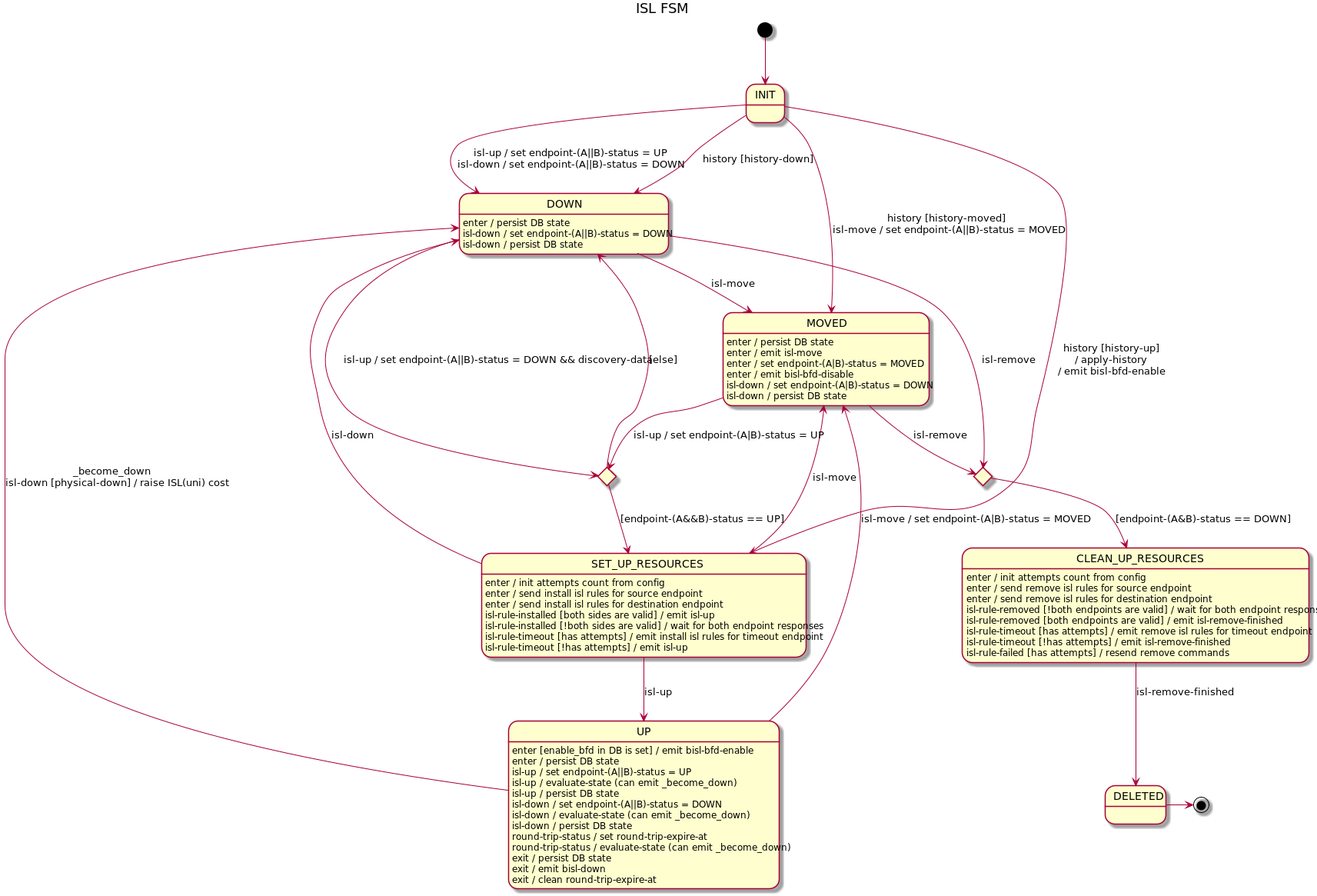
telstra/open-kilda keeps this PlantUML diagram as docs/design/network-discovery/ISL-FSM.png. Above is the earlier version.
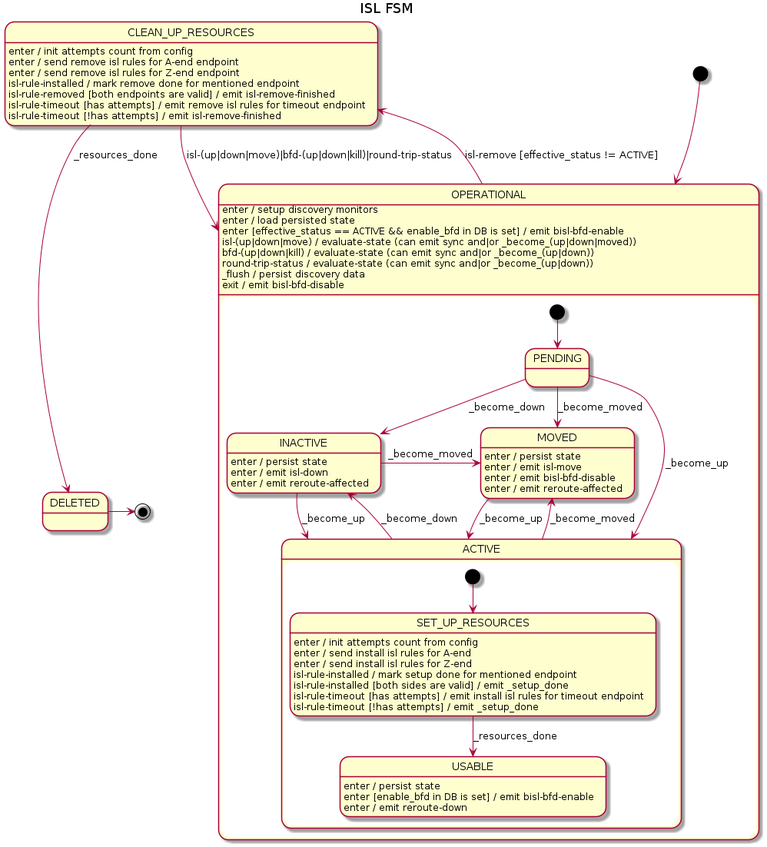
After the change.

The edit, as a diff of the source:
```diff
@@ -1,73 +1,65 @@
 @startuml
 title ISL FSM
 
-[*] --> INIT
+[*] --> OPERATIONAL
 
-INIT --> DOWN : isl-up / set endpoint-(A||B)-status = UP\nisl-down / set endpoint-(A||B)-status = DOWN
-INIT --> DOWN : history [history-down]
+state OPERATIONAL {
+    [*] --> PENDING
 
-INIT --> SET_UP_RESOURCES : history [history-up]\n/ apply-history\n/ emit bisl-bfd-enable
-INIT --> MOVED : history [history-moved]\nisl-move / set endpoint-(A||B)-status = MOVED
+    PENDING --> ACTIVE : _become_up
+    PENDING --> INACTIVE : _become_down
+    PENDING --> MOVED : _become_moved
 
-state upAttempt <<choice>>
-state deleteAttempt <<choice>>
-deleteAttempt --> CLEAN_UP_RESOURCES : [endpoint-(A&B)-status == DOWN]
+    state ACTIVE {
+        [*] --> SET_UP_RESOURCES
 
-DOWN --> upAttempt : isl-up / set endpoint-(A||B)-status = DOWN && discovery-data
-DOWN --> MOVED : isl-move
-DOWN : enter / persist DB state
-DOWN : isl-down / set endpoint-(A||B)-status = DOWN
-DOWN : isl-down / persist DB state
-DOWN -> deleteAttempt : isl-remove
+        SET_UP_RESOURCES --> USABLE : _resources_done
+        SET_UP_RESOURCES : enter / init attempts count from config
+        SET_UP_RESOURCES : enter / send install isl rules for A-end
+        SET_UP_RESOURCES : enter / send install isl rules for Z-end
+        SET_UP_RESOURCES : isl-rule-installed / mark setup done for mentioned endpoint
+        SET_UP_RESOURCES : isl-rule-installed [both sides are valid] / emit _setup_done
+        SET_UP_RESOURCES : isl-rule-timeout [has attempts] / emit install isl rules for timeout endpoint
+        SET_UP_RESOURCES : isl-rule-timeout [!has attempts] / emit _setup_done
 
-upAttempt --> SET_UP_RESOURCES : [endpoint-(A&&B)-status == UP]
-upAttempt --> DOWN : [else]
+        USABLE : enter / persist state
+        USABLE : enter [enable_bfd in DB is set] / emit bisl-bfd-enable
+        USABLE : enter / emit reroute-down
+    }
+    ACTIVE --> INACTIVE : _become_down
+    ACTIVE --> MOVED : _become_moved
 
-SET_UP_RESOURCES : enter / init attempts count from config
-SET_UP_RESOURCES : enter / send install isl rules for source endpoint
-SET_UP_RESOURCES : enter / send install isl rules for destination endpoint
-SET_UP_RESOURCES : isl-rule-installed [both sides are valid] / emit isl-up
-SET_UP_RESOURCES : isl-rule-installed [!both sides are valid] / wait for both endpoint responses
-SET_UP_RESOURCES : isl-rule-timeout [has attempts] / emit install isl rules for timeout endpoint
-SET_UP_RESOURCES : isl-rule-timeout [!has attempts] / emit isl-up
-SET_UP_RESOURCES --> DOWN : isl-down
-SET_UP_RESOURCES --> MOVED : isl-move
-SET_UP_RESOURCES --> UP : isl-up
+    INACTIVE --> ACTIVE : _become_up
+    INACTIVE -r-> MOVED : _become_moved
+    INACTIVE : enter / persist state
+    INACTIVE : enter / emit isl-down
+    INACTIVE : enter / emit reroute-affected
 
-UP --> DOWN : _become_down\nisl-down [physical-down] / raise ISL(uni) cost
-UP --> MOVED : isl-move / set endpoint-(A|B)-status = MOVED
-UP : enter [enable_bfd in DB is set] / emit bisl-bfd-enable
-UP : enter / persist DB state
-UP : isl-up / set endpoint-(A||B)-status = UP
-UP : isl-up / evaluate-state (can emit _become_down)
-UP : isl-up / persist DB state
-UP : isl-down / set endpoint-(A||B)-status = DOWN
-UP : isl-down / evaluate-state (can emit _become_down)
-UP : isl-down / persist DB state
-UP : round-trip-status / set round-trip-expire-at
-UP : round-trip-status / evaluate-state (can emit _become_down)
-UP : exit / persist DB state
-UP : exit / emit bisl-down
-UP : exit / clean round-trip-expire-at
+    MOVED --> ACTIVE : _become_up
+    MOVED : enter / persist state
+    MOVED : enter / emit isl-move
+    MOVED : enter / emit bisl-bfd-disable
+    MOVED : enter / emit reroute-affected
+}
+OPERATIONAL --> CLEAN_UP_RESOURCES : isl-remove [effective_status != ACTIVE]
+OPERATIONAL : enter / setup discovery monitors
+OPERATIONAL : enter / load persisted state
+OPERATIONAL : enter [effective_status == ACTIVE && enable_bfd in DB is set] / emit bisl-bfd-enable
+OPERATIONAL : isl-(up|down|move) / evaluate-state (can emit sync and|or _become_(up|down|moved))
+OPERATIONAL : bfd-(up|down|kill) / evaluate-state (can emit sync and|or _become_(up|down))
+OPERATIONAL : round-trip-status / evaluate-state (can emit sync and|or _become_(up|down))
+OPERATIONAL : _flush / persist discovery data
+OPERATIONAL : exit / emit bisl-bfd-disable
 
 CLEAN_UP_RESOURCES : enter / init attempts count from config
-CLEAN_UP_RESOURCES : enter / send remove isl rules for source endpoint
-CLEAN_UP_RESOURCES : enter / send remove isl rules for destination endpoint
-CLEAN_UP_RESOURCES : isl-rule-removed [!both endpoints are valid] / wait for both endpoint responses
+CLEAN_UP_RESOURCES : enter / send remove isl rules for A-end endpoint
+CLEAN_UP_RESOURCES : enter / send remove isl rules for Z-end endpoint
+CLEAN_UP_RESOURCES : isl-rule-installed / mark remove done for mentioned endpoint
 CLEAN_UP_RESOURCES : isl-rule-removed [both endpoints are valid] / emit isl-remove-finished
 CLEAN_UP_RESOURCES : isl-rule-timeout [has attempts] / emit remove isl rules for timeout endpoint
 CLEAN_UP_RESOURCES : isl-rule-timeout [!has attempts] / emit isl-remove-finished
-CLEAN_UP_RESOURCES : isl-rule-failed [has attempts] / resend remove commands
-CLEAN_UP_RESOURCES --> DELETED : isl-remove-finished
-
-MOVED --> upAttempt : isl-up / set endpoint-(A|B)-status = UP
-MOVED --> deleteAttempt : isl-remove
-MOVED : enter / persist DB state
-MOVED : enter / emit isl-move
-MOVED : enter / set endpoint-(A|B)-status = MOVED
-MOVED : enter / emit bisl-bfd-disable
-MOVED : isl-down / set endpoint-(A|B)-status = DOWN
-MOVED : isl-down / persist DB state
+CLEAN_UP_RESOURCES --> DELETED : _resources_done
+CLEAN_UP_RESOURCES --> OPERATIONAL : isl-(up|down|move)|bfd-(up|down|kill)|round-trip-status
 
 DELETED -> [*]
 @enduml
```
